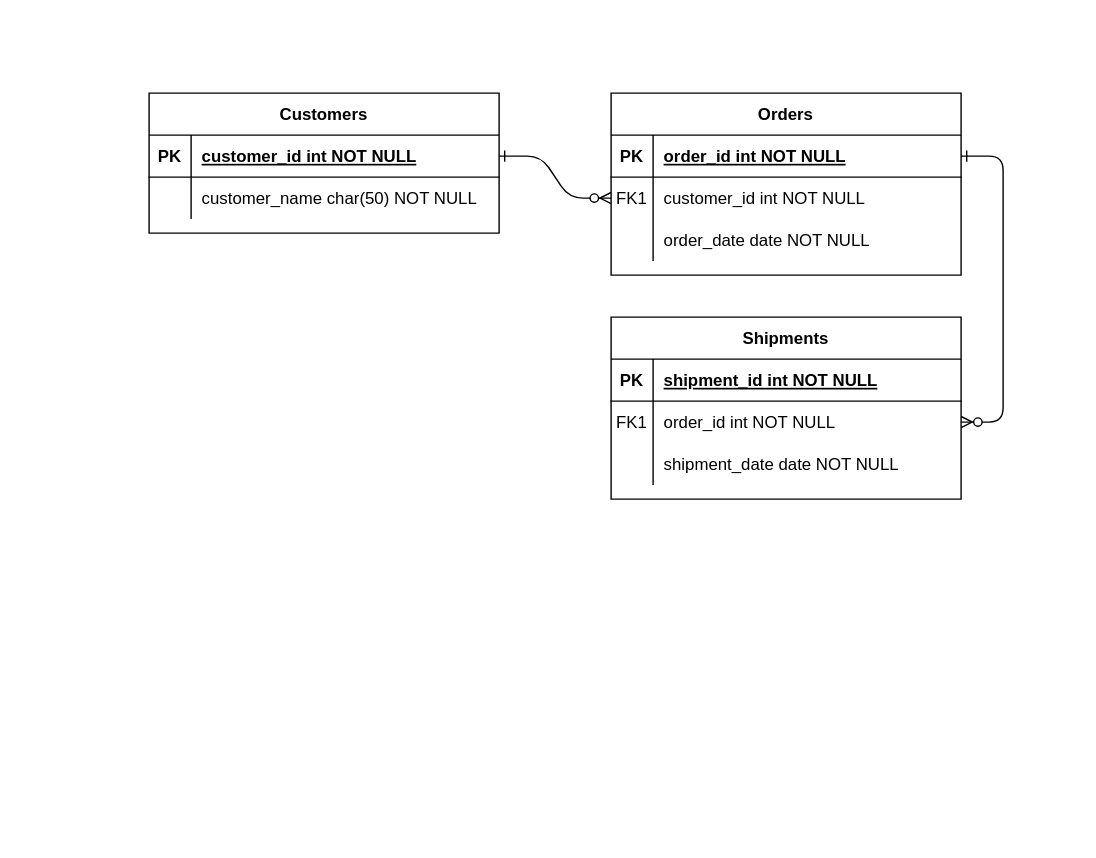
Before: architecture/ER_Model.drawio in cyberlytics/WoIstMeinGeld, a draw.io diagram. Source tidied: cells renumbered, new cells numbered last; positions are measured from the earlier drawing's top-left corner, leaving out a move shared by most shapes. Both pictures are drawn from the tidied source at 140%, with x=0, y=0 at pixel (148, 92).
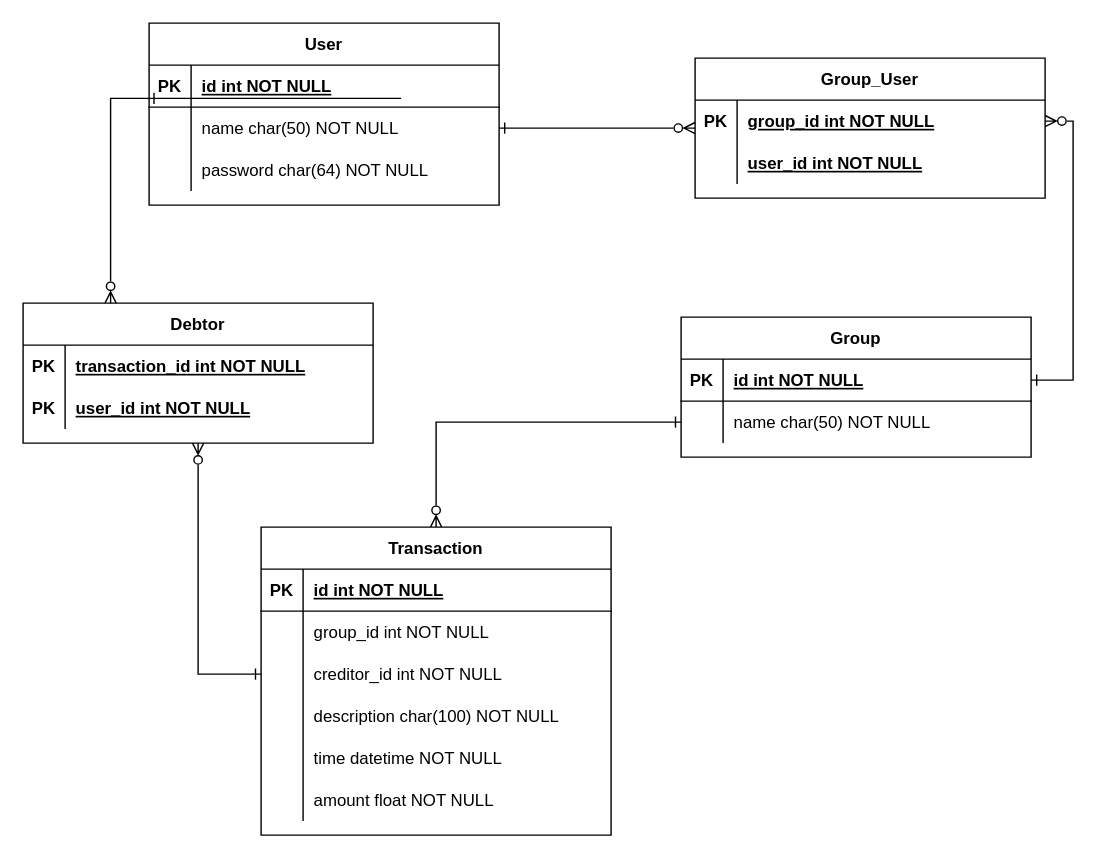
After the change.

Commit message:
finished ER_Model

Unchanged cells that the change refers to:
```xml
<mxCell id="5" style="shape=partialRectangle;fillColor=none;points=[[0,0.5],[1,0.5]];portConstraint=eastwest;top=0;left=0;right=0;bottom=1;" parent="4" vertex="1">
  <mxGeometry y="30" width="250" height="30" as="geometry" />
</mxCell>
<mxCell id="25" style="shape=partialRectangle;fillColor=none;points=[[0,0.5],[1,0.5]];portConstraint=eastwest;top=0;left=0;right=0;bottom=1;" parent="24" vertex="1">
  <mxGeometry y="30" width="250" height="30" as="geometry" />
</mxCell>
<mxCell id="28" style="shape=partialRectangle;fillColor=none;points=[[0,0.5],[1,0.5]];portConstraint=eastwest;top=0;left=0;right=0;bottom=0;" parent="24" vertex="1">
  <mxGeometry y="60" width="250" height="30" as="geometry" />
</mxCell>
```

The edit, as a diff of the source:
```diff
@@
-    <mxCell id="2" style="edgeStyle=entityRelationEdgeStyle;endArrow=ERzeroToMany;startArrow=ERone;endFill=1;startFill=0;" parent="1" edge="1" source="25" target="8">
-      <mxGeometry relative="1" as="geometry" />
-    </mxCell>
-    <mxCell id="3" style="edgeStyle=entityRelationEdgeStyle;endArrow=ERzeroToMany;startArrow=ERone;endFill=1;startFill=0;" parent="1" edge="1" source="5" target="18">
-      <mxGeometry relative="1" as="geometry" />
-    </mxCell>
-    <mxCell id="4" value="Orders" style="shape=table;startSize=30;childLayout=tableLayout;rowLines=0;fontStyle=1;align=center;" parent="1" vertex="1">
-      <mxGeometry x="330" width="250" height="130" as="geometry" />
+    <mxCell id="4" value="Group" style="shape=table;startSize=30;childLayout=tableLayout;rowLines=0;fontStyle=1;align=center;" parent="1" vertex="1">
+      <mxGeometry x="380" y="160" width="250" height="100" as="geometry" />
     </mxCell>
@@
-    <mxCell id="7" value="order_id int NOT NULL " style="shape=partialRectangle;overflow=hidden;fillColor=none;top=0;left=0;bottom=0;right=0;align=left;spacingLeft=6;fontStyle=5;" parent="5" vertex="1">
+    <mxCell id="7" value="id int NOT NULL " style="shape=partialRectangle;overflow=hidden;fillColor=none;top=0;left=0;bottom=0;right=0;align=left;spacingLeft=6;fontStyle=5;" parent="5" vertex="1">
       <mxGeometry x="30" width="220" height="30" as="geometry" />
     </mxCell>
-    <mxCell id="8" style="shape=partialRectangle;fillColor=none;points=[[0,0.5],[1,0.5]];portConstraint=eastwest;top=0;left=0;right=0;bottom=0;" parent="4" vertex="1">
-      <mxGeometry y="60" width="250" height="30" as="geometry" />
-    </mxCell>
-    <mxCell id="9" value="FK1" style="shape=partialRectangle;overflow=hidden;fillColor=none;top=0;left=0;bottom=0;right=0;" parent="8" vertex="1">
-      <mxGeometry width="30" height="30" as="geometry" />
-    </mxCell>
-    <mxCell id="10" value="customer_id int NOT NULL" style="shape=partialRectangle;overflow=hidden;fillColor=none;top=0;left=0;bottom=0;right=0;align=left;spacingLeft=6;" parent="8" vertex="1">
-      <mxGeometry x="30" width="220" height="30" as="geometry" />
-    </mxCell>
     <mxCell id="11" style="shape=partialRectangle;fillColor=none;points=[[0,0.5],[1,0.5]];portConstraint=eastwest;top=0;left=0;right=0;bottom=0;" parent="4" vertex="1">
-      <mxGeometry y="90" width="250" height="30" as="geometry" />
+      <mxGeometry y="60" width="250" height="30" as="geometry" />
     </mxCell>
@@
-    <mxCell id="13" value="order_date date NOT NULL" style="shape=partialRectangle;overflow=hidden;fillColor=none;top=0;left=0;bottom=0;right=0;align=left;spacingLeft=6;" parent="11" vertex="1">
+    <mxCell id="13" value="name char(50) NOT NULL" style="shape=partialRectangle;overflow=hidden;fillColor=none;top=0;left=0;bottom=0;right=0;align=left;spacingLeft=6;" parent="11" vertex="1">
       <mxGeometry x="30" width="220" height="30" as="geometry" />
     </mxCell>
+    <mxCell id="31" style="edgeStyle=orthogonalEdgeStyle;rounded=0;jettySize=auto;html=1;entryX=1;entryY=0.5;entryDx=0;entryDy=0;startArrow=ERzeroToMany;startFill=0;endArrow=ERone;endFill=0;" parent="1" edge="1" source="14" target="28">
+      <mxGeometry relative="1" as="geometry" />
+    </mxCell>
-    <mxCell id="14" value="Shipments" style="shape=table;startSize=30;childLayout=tableLayout;rowLines=0;fontStyle=1;align=center;" parent="1" vertex="1">
-      <mxGeometry x="330" y="160" width="250" height="130" as="geometry" />
+    <mxCell id="14" value="Group_User" style="shape=table;startSize=30;childLayout=tableLayout;rowLines=0;fontStyle=1;align=center;" parent="1" vertex="1">
+      <mxGeometry x="390" y="-25" width="250" height="100" as="geometry" />
     </mxCell>
-    <mxCell id="15" style="shape=partialRectangle;fillColor=none;top=0;left=0;right=0;bottom=1;" parent="14" vertex="1">
-      <mxGeometry y="30" width="250" height="30" as="geometry" />
-    </mxCell>
-    <mxCell id="16" value="PK" style="shape=partialRectangle;overflow=hidden;fillColor=none;top=0;left=0;bottom=0;right=0;fontStyle=1;" parent="15" vertex="1">
-      <mxGeometry width="30" height="30" as="geometry" />
-    </mxCell>
-    <mxCell id="17" value="shipment_id int NOT NULL " style="shape=partialRectangle;overflow=hidden;fillColor=none;top=0;left=0;bottom=0;right=0;align=left;spacingLeft=6;fontStyle=5;" parent="15" vertex="1">
-      <mxGeometry x="30" width="220" height="30" as="geometry" />
-    </mxCell>
     <mxCell id="18" style="shape=partialRectangle;fillColor=none;points=[[0,0.5],[1,0.5]];portConstraint=eastwest;top=0;left=0;right=0;bottom=0;" parent="14" vertex="1">
-      <mxGeometry y="60" width="250" height="30" as="geometry" />
+      <mxGeometry y="30" width="250" height="30" as="geometry" />
     </mxCell>
-    <mxCell id="19" value="FK1" style="shape=partialRectangle;overflow=hidden;fillColor=none;top=0;left=0;bottom=0;right=0;" parent="18" vertex="1">
+    <mxCell id="19" value="PK" style="shape=partialRectangle;overflow=hidden;fillColor=none;top=0;left=0;bottom=0;right=0;fontStyle=1;" parent="18" vertex="1">
       <mxGeometry width="30" height="30" as="geometry" />
     </mxCell>
-    <mxCell id="20" value="order_id int NOT NULL" style="shape=partialRectangle;overflow=hidden;fillColor=none;top=0;left=0;bottom=0;right=0;align=left;spacingLeft=6;" parent="18" vertex="1">
+    <mxCell id="20" value="group_id int NOT NULL" style="shape=partialRectangle;overflow=hidden;fillColor=none;top=0;left=0;bottom=0;right=0;align=left;spacingLeft=6;fontStyle=5;" parent="18" vertex="1">
       <mxGeometry x="30" width="220" height="30" as="geometry" />
     </mxCell>
     <mxCell id="21" style="shape=partialRectangle;fillColor=none;top=0;left=0;right=0;bottom=0;" parent="14" vertex="1">
-      <mxGeometry y="90" width="250" height="30" as="geometry" />
+      <mxGeometry y="60" width="250" height="30" as="geometry" />
     </mxCell>
@@
-    <mxCell id="23" value="shipment_date date NOT NULL" style="shape=partialRectangle;overflow=hidden;fillColor=none;top=0;left=0;bottom=0;right=0;align=left;spacingLeft=6;" parent="21" vertex="1">
+    <mxCell id="23" value="user_id int NOT NULL" style="shape=partialRectangle;overflow=hidden;fillColor=none;top=0;left=0;bottom=0;right=0;align=left;spacingLeft=6;fontStyle=5;" parent="21" vertex="1">
       <mxGeometry x="30" width="220" height="30" as="geometry" />
     </mxCell>
-    <mxCell id="24" value="Customers" style="shape=table;startSize=30;childLayout=tableLayout;rowLines=0;fontStyle=1;align=center;" parent="1" vertex="1">
-      <mxGeometry width="250" height="100" as="geometry" />
+    <mxCell id="24" value="User" style="shape=table;startSize=30;childLayout=tableLayout;rowLines=0;fontStyle=1;align=center;" parent="1" vertex="1">
+      <mxGeometry y="-50" width="250" height="130" as="geometry" />
     </mxCell>
@@
-    <mxCell id="27" value="customer_id int NOT NULL " style="shape=partialRectangle;overflow=hidden;fillColor=none;top=0;left=0;bottom=0;right=0;align=left;spacingLeft=6;fontStyle=5;" parent="25" vertex="1">
+    <mxCell id="27" value="id int NOT NULL " style="shape=partialRectangle;overflow=hidden;fillColor=none;top=0;left=0;bottom=0;right=0;align=left;spacingLeft=6;fontStyle=5;" parent="25" vertex="1">
       <mxGeometry x="30" width="220" height="30" as="geometry" />
     </mxCell>
@@
-    <mxCell id="30" value="customer_name char(50) NOT NULL" style="shape=partialRectangle;overflow=hidden;fillColor=none;top=0;left=0;bottom=0;right=0;align=left;spacingLeft=6;" parent="28" vertex="1">
+    <mxCell id="30" value="name char(50) NOT NULL" style="shape=partialRectangle;overflow=hidden;fillColor=none;top=0;left=0;bottom=0;right=0;align=left;spacingLeft=6;" parent="28" vertex="1">
       <mxGeometry x="30" width="220" height="30" as="geometry" />
     </mxCell>
+    <mxCell id="32" style="shape=partialRectangle;fillColor=none;top=0;left=0;right=0;bottom=0;" parent="24" vertex="1">
+      <mxGeometry y="90" width="250" height="30" as="geometry" />
+    </mxCell>
+    <mxCell id="33" style="shape=partialRectangle;overflow=hidden;fillColor=none;top=0;left=0;bottom=0;right=0;" parent="32" vertex="1">
+      <mxGeometry width="30" height="30" as="geometry" />
+    </mxCell>
+    <mxCell id="34" value="password char(64) NOT NULL" style="shape=partialRectangle;overflow=hidden;fillColor=none;top=0;left=0;bottom=0;right=0;align=left;spacingLeft=6;" parent="32" vertex="1">
+      <mxGeometry x="30" width="220" height="30" as="geometry" />
+    </mxCell>
+    <mxCell id="35" style="edgeStyle=orthogonalEdgeStyle;rounded=0;jettySize=auto;html=1;startArrow=ERzeroToMany;startFill=0;endArrow=ERone;endFill=0;entryX=0;entryY=0.5;entryDx=0;entryDy=0;" parent="1" edge="1" source="36" target="11">
+      <mxGeometry relative="1" as="geometry" />
+    </mxCell>
+    <mxCell id="36" value="Transaction" style="shape=table;startSize=30;childLayout=tableLayout;rowLines=0;fontStyle=1;align=center;" parent="1" vertex="1">
+      <mxGeometry x="80" y="310" width="250" height="220" as="geometry" />
+    </mxCell>
+    <mxCell id="15" style="shape=partialRectangle;fillColor=none;top=0;left=0;right=0;bottom=1;" parent="36" vertex="1">
+      <mxGeometry y="30" width="250" height="30" as="geometry" />
+    </mxCell>
+    <mxCell id="37" value="PK" style="shape=partialRectangle;overflow=hidden;fillColor=none;top=0;left=0;bottom=0;right=0;fontStyle=1;" parent="15" vertex="1">
+      <mxGeometry width="30" height="30" as="geometry" />
+    </mxCell>
+    <mxCell id="38" value="id int NOT NULL " style="shape=partialRectangle;overflow=hidden;fillColor=none;top=0;left=0;bottom=0;right=0;align=left;spacingLeft=6;fontStyle=5;" parent="15" vertex="1">
+      <mxGeometry x="30" width="220" height="30" as="geometry" />
+    </mxCell>
+    <mxCell id="39" style="shape=partialRectangle;fillColor=none;top=0;left=0;right=0;bottom=0;" parent="36" vertex="1">
+      <mxGeometry y="60" width="250" height="30" as="geometry" />
+    </mxCell>
+    <mxCell id="40" style="shape=partialRectangle;overflow=hidden;fillColor=none;top=0;left=0;bottom=0;right=0;" parent="39" vertex="1">
+      <mxGeometry width="30" height="30" as="geometry" />
+    </mxCell>
+    <mxCell id="41" value="group_id int NOT NULL" style="shape=partialRectangle;overflow=hidden;fillColor=none;top=0;left=0;bottom=0;right=0;align=left;spacingLeft=6;" parent="39" vertex="1">
+      <mxGeometry x="30" width="220" height="30" as="geometry" />
+    </mxCell>
+    <mxCell id="42" style="shape=partialRectangle;fillColor=none;points=[[0,0.5],[1,0.5]];portConstraint=eastwest;top=0;left=0;right=0;bottom=0;" parent="36" vertex="1">
+      <mxGeometry y="90" width="250" height="30" as="geometry" />
+    </mxCell>
+    <mxCell id="43" style="shape=partialRectangle;overflow=hidden;fillColor=none;top=0;left=0;bottom=0;right=0;" parent="42" vertex="1">
+      <mxGeometry width="30" height="30" as="geometry" />
+    </mxCell>
+    <mxCell id="44" value="creditor_id int NOT NULL" style="shape=partialRectangle;overflow=hidden;fillColor=none;top=0;left=0;bottom=0;right=0;align=left;spacingLeft=6;" parent="42" vertex="1">
+      <mxGeometry x="30" width="220" height="30" as="geometry" />
+    </mxCell>
+    <mxCell id="45" style="shape=partialRectangle;fillColor=none;top=0;left=0;right=0;bottom=0;" parent="36" vertex="1">
+      <mxGeometry y="120" width="250" height="30" as="geometry" />
+    </mxCell>
+    <mxCell id="46" style="shape=partialRectangle;overflow=hidden;fillColor=none;top=0;left=0;bottom=0;right=0;" parent="45" vertex="1">
+      <mxGeometry width="30" height="30" as="geometry" />
+    </mxCell>
+    <mxCell id="47" value="description char(100) NOT NULL" style="shape=partialRectangle;overflow=hidden;fillColor=none;top=0;left=0;bottom=0;right=0;align=left;spacingLeft=6;" parent="45" vertex="1">
+      <mxGeometry x="30" width="220" height="30" as="geometry" />
+    </mxCell>
+    <mxCell id="48" style="shape=partialRectangle;fillColor=none;top=0;left=0;right=0;bottom=0;" parent="36" vertex="1">
+      <mxGeometry y="150" width="250" height="30" as="geometry" />
+    </mxCell>
+    <mxCell id="49" style="shape=partialRectangle;overflow=hidden;fillColor=none;top=0;left=0;bottom=0;right=0;" parent="48" vertex="1">
+      <mxGeometry width="30" height="30" as="geometry" />
+    </mxCell>
+    <mxCell id="50" value="time datetime NOT NULL" style="shape=partialRectangle;overflow=hidden;fillColor=none;top=0;left=0;bottom=0;right=0;align=left;spacingLeft=6;" parent="48" vertex="1">
+      <mxGeometry x="30" width="220" height="30" as="geometry" />
+    </mxCell>
+    <mxCell id="51" style="shape=partialRectangle;fillColor=none;top=0;left=0;right=0;bottom=0;" parent="36" vertex="1">
+      <mxGeometry y="180" width="250" height="30" as="geometry" />
+    </mxCell>
+    <mxCell id="52" style="shape=partialRectangle;overflow=hidden;fillColor=none;top=0;left=0;bottom=0;right=0;" parent="51" vertex="1">
+      <mxGeometry width="30" height="30" as="geometry" />
+    </mxCell>
+    <mxCell id="53" value="amount float NOT NULL" style="shape=partialRectangle;overflow=hidden;fillColor=none;top=0;left=0;bottom=0;right=0;align=left;spacingLeft=6;" parent="51" vertex="1">
+      <mxGeometry x="30" width="220" height="30" as="geometry" />
+    </mxCell>
+    <mxCell id="54" style="edgeStyle=orthogonalEdgeStyle;rounded=0;jettySize=auto;html=1;entryX=0;entryY=0.5;entryDx=0;entryDy=0;startArrow=ERzeroToMany;startFill=0;endArrow=ERone;endFill=0;" parent="1" edge="1" source="55" target="42">
+      <mxGeometry relative="1" as="geometry" />
+    </mxCell>
+    <mxCell id="55" value="Debtor" style="shape=table;startSize=30;childLayout=tableLayout;rowLines=0;fontStyle=1;align=center;" parent="1" vertex="1">
+      <mxGeometry x="-90" y="150" width="250" height="100" as="geometry" />
+    </mxCell>
+    <mxCell id="56" style="shape=partialRectangle;fillColor=none;top=0;left=0;right=0;bottom=0;" parent="55" vertex="1">
+      <mxGeometry y="30" width="250" height="30" as="geometry" />
+    </mxCell>
+    <mxCell id="57" value="PK" style="shape=partialRectangle;overflow=hidden;fillColor=none;top=0;left=0;bottom=0;right=0;fontStyle=1;" parent="56" vertex="1">
+      <mxGeometry width="30" height="30" as="geometry" />
+    </mxCell>
+    <mxCell id="58" value="transaction_id int NOT NULL" style="shape=partialRectangle;overflow=hidden;fillColor=none;top=0;left=0;bottom=0;right=0;align=left;spacingLeft=6;fontStyle=5;" parent="56" vertex="1">
+      <mxGeometry x="30" width="220" height="30" as="geometry" />
+    </mxCell>
+    <mxCell id="59" style="shape=partialRectangle;fillColor=none;top=0;left=0;right=0;bottom=0;" parent="55" vertex="1">
+      <mxGeometry y="60" width="250" height="30" as="geometry" />
+    </mxCell>
+    <mxCell id="60" value="PK" style="shape=partialRectangle;overflow=hidden;fillColor=none;top=0;left=0;bottom=0;right=0;fontStyle=1;" parent="59" vertex="1">
+      <mxGeometry width="30" height="30" as="geometry" />
+    </mxCell>
+    <mxCell id="61" value="user_id int NOT NULL" style="shape=partialRectangle;overflow=hidden;fillColor=none;top=0;left=0;bottom=0;right=0;align=left;spacingLeft=6;fontStyle=5;" parent="59" vertex="1">
+      <mxGeometry x="30" width="220" height="30" as="geometry" />
+    </mxCell>
+    <mxCell id="62" style="edgeStyle=orthogonalEdgeStyle;rounded=0;jettySize=auto;html=1;entryX=-0.002;entryY=0.793;entryDx=0;entryDy=0;entryPerimeter=0;endArrow=ERone;endFill=0;startArrow=ERzeroToMany;startFill=0;exitX=0.25;exitY=0;exitDx=0;exitDy=0;" parent="1" edge="1" source="55" target="25">
+      <mxGeometry relative="1" as="geometry" />
+    </mxCell>
+    <mxCell id="63" style="edgeStyle=orthogonalEdgeStyle;rounded=0;jettySize=auto;html=1;entryX=1;entryY=0.5;entryDx=0;entryDy=0;startArrow=ERzeroToMany;startFill=0;endArrow=ERone;endFill=0;exitX=1;exitY=0.5;exitDx=0;exitDy=0;" parent="1" edge="1" source="18" target="5">
+      <mxGeometry relative="1" as="geometry" />
+    </mxCell>
```
